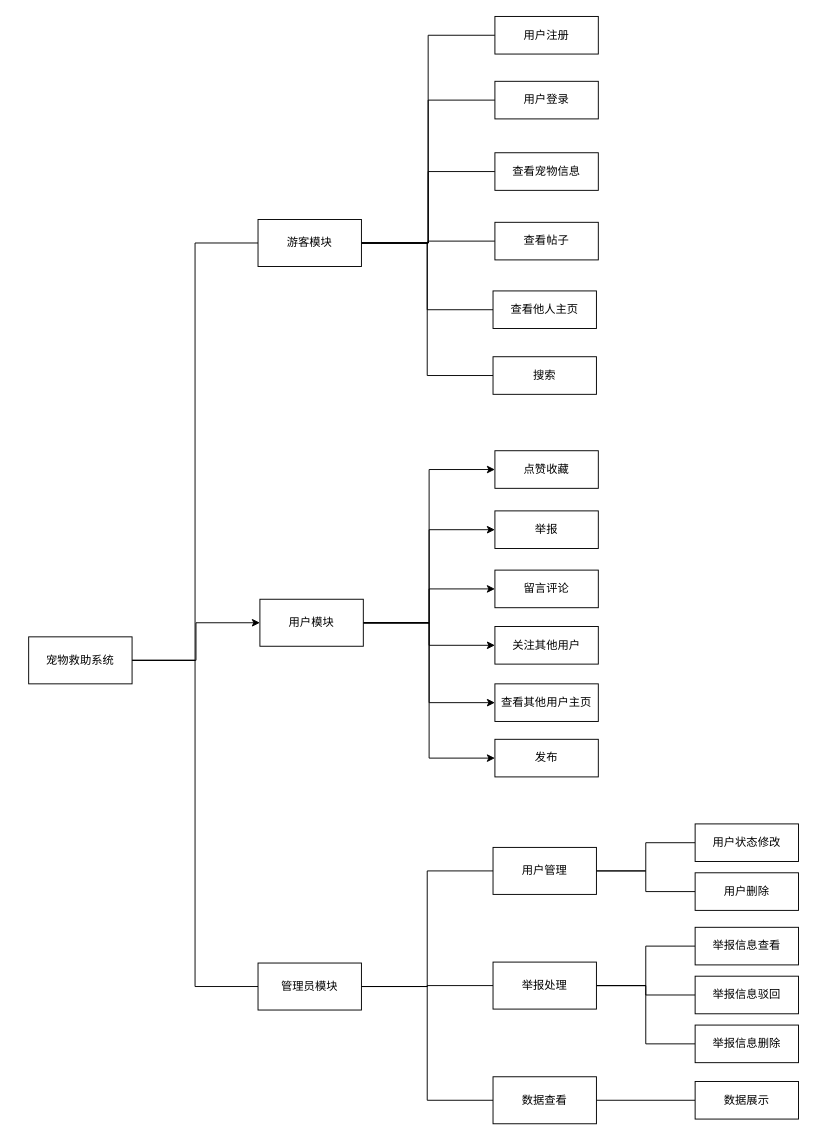
The draw.io diagram 功能模块图.drawio in Heart-clearing/git-demo, before the edit. Source tidied: cells renumbered, new cells numbered last; positions are measured from the earlier drawing's top-left corner, leaving out a move shared by most shapes. Both pictures are drawn from the tidied source at 94%, with x=0, y=0 at pixel (28, 16).
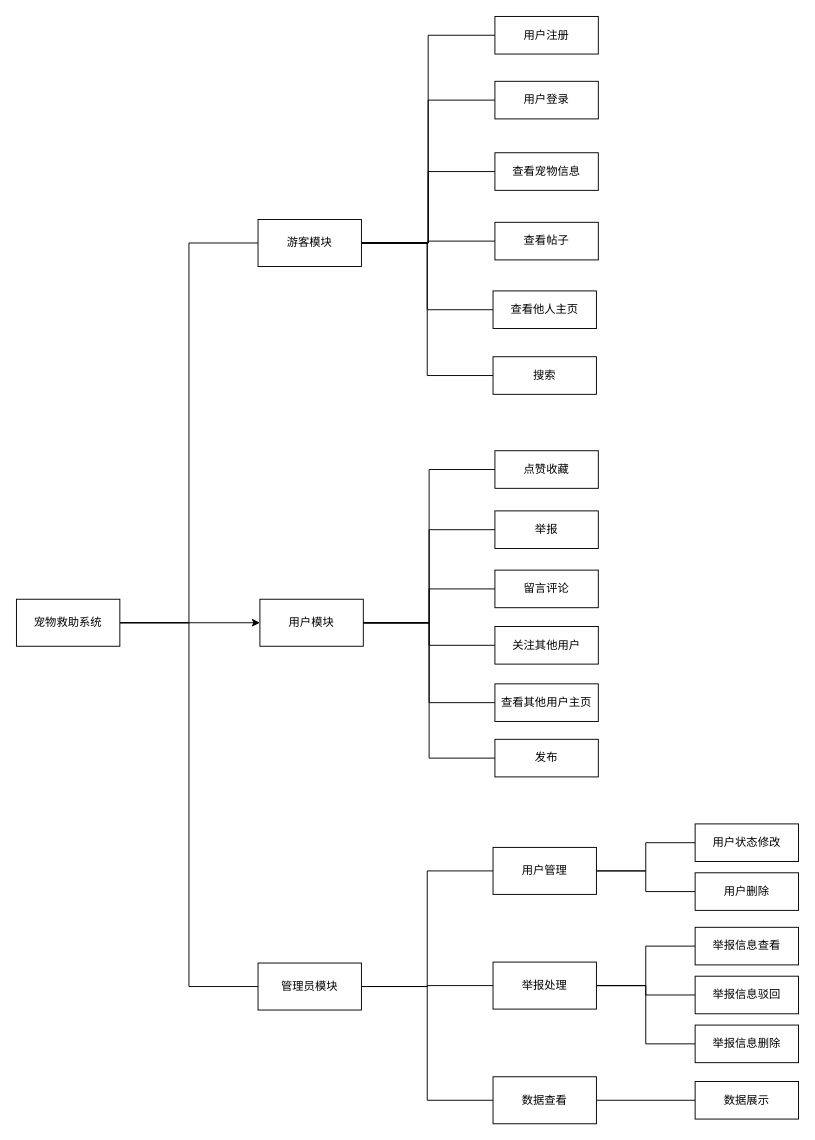
The same page after the edit.

Commit message:
更新功能模块图.drawio

Unchanged cells that the change refers to:
```xml
<mxCell id="31" value="用户模块" style="html=1;whiteSpace=wrap;" parent="1" vertex="1">
  <mxGeometry x="246" y="620" width="110" height="50" as="geometry" />
</mxCell>
<mxCell id="38" value="游客模块" style="html=1;whiteSpace=wrap;" parent="1" vertex="1">
  <mxGeometry x="244" y="216" width="110" height="50" as="geometry" />
</mxCell>
<mxCell id="41" value="搜索" style="html=1;whiteSpace=wrap;" parent="1" vertex="1">
  <mxGeometry x="494" y="362" width="110" height="40" as="geometry" />
</mxCell>
<mxCell id="44" value="查看他人主页" style="html=1;whiteSpace=wrap;" parent="1" vertex="1">
  <mxGeometry x="494" y="292" width="110" height="40" as="geometry" />
</mxCell>
<mxCell id="45" value="留言评论" style="html=1;whiteSpace=wrap;" parent="1" vertex="1">
  <mxGeometry x="496" y="589" width="110" height="40" as="geometry" />
</mxCell>
<mxCell id="46" value="点赞收藏" style="html=1;whiteSpace=wrap;" parent="1" vertex="1">
  <mxGeometry x="496" y="462" width="110" height="40" as="geometry" />
</mxCell>
<mxCell id="47" value="举报" style="html=1;whiteSpace=wrap;" parent="1" vertex="1">
  <mxGeometry x="496" y="526" width="110" height="40" as="geometry" />
</mxCell>
<mxCell id="48" value="关注其他用户" style="html=1;whiteSpace=wrap;" parent="1" vertex="1">
  <mxGeometry x="496" y="649" width="110" height="40" as="geometry" />
</mxCell>
<mxCell id="49" value="查看其他用户主页" style="html=1;whiteSpace=wrap;" parent="1" vertex="1">
  <mxGeometry x="496" y="710" width="110" height="40" as="geometry" />
</mxCell>
<mxCell id="50" value="发布" style="html=1;whiteSpace=wrap;" parent="1" vertex="1">
  <mxGeometry x="496" y="769" width="110" height="40" as="geometry" />
</mxCell>
```

The edit, as a diff of the source:
```diff
@@
     <mxCell id="5" value="宠物救助系统" style="html=1;whiteSpace=wrap;" parent="1" vertex="1">
-      <mxGeometry y="660" width="110" height="50" as="geometry" />
+      <mxGeometry x="-13" y="620" width="110" height="50" as="geometry" />
     </mxCell>
@@
-    <mxCell id="25" style="edgeStyle=orthogonalEdgeStyle;rounded=0;jettySize=auto;html=1;entryX=0;entryY=0.5;entryDx=0;entryDy=0;" parent="1" edge="1" source="31" target="46">
+    <mxCell id="25" style="edgeStyle=orthogonalEdgeStyle;rounded=0;jettySize=auto;html=1;entryX=0;entryY=0.5;entryDx=0;entryDy=0;endArrow=none;endFill=0;" parent="1" edge="1" source="31" target="46">
       <mxGeometry relative="1" as="geometry" />
     </mxCell>
-    <mxCell id="26" style="edgeStyle=orthogonalEdgeStyle;rounded=0;jettySize=auto;html=1;entryX=0;entryY=0.5;entryDx=0;entryDy=0;" parent="1" edge="1" source="31" target="47">
+    <mxCell id="26" style="edgeStyle=orthogonalEdgeStyle;rounded=0;jettySize=auto;html=1;entryX=0;entryY=0.5;entryDx=0;entryDy=0;endArrow=none;endFill=0;" parent="1" edge="1" source="31" target="47">
       <mxGeometry relative="1" as="geometry" />
     </mxCell>
-    <mxCell id="27" style="edgeStyle=orthogonalEdgeStyle;rounded=0;jettySize=auto;html=1;entryX=0;entryY=0.5;entryDx=0;entryDy=0;" parent="1" edge="1" source="31" target="45">
+    <mxCell id="27" style="edgeStyle=orthogonalEdgeStyle;rounded=0;jettySize=auto;html=1;entryX=0;entryY=0.5;entryDx=0;entryDy=0;endArrow=none;endFill=0;" parent="1" edge="1" source="31" target="45">
       <mxGeometry relative="1" as="geometry" />
     </mxCell>
-    <mxCell id="28" style="edgeStyle=orthogonalEdgeStyle;rounded=0;jettySize=auto;html=1;" parent="1" edge="1" source="31" target="48">
+    <mxCell id="28" style="edgeStyle=orthogonalEdgeStyle;rounded=0;jettySize=auto;html=1;endArrow=none;endFill=0;" parent="1" edge="1" source="31" target="48">
       <mxGeometry relative="1" as="geometry" />
     </mxCell>
-    <mxCell id="29" style="edgeStyle=orthogonalEdgeStyle;rounded=0;jettySize=auto;html=1;entryX=0;entryY=0.5;entryDx=0;entryDy=0;" parent="1" edge="1" source="31" target="49">
+    <mxCell id="29" style="edgeStyle=orthogonalEdgeStyle;rounded=0;jettySize=auto;html=1;entryX=0;entryY=0.5;entryDx=0;entryDy=0;endArrow=none;endFill=0;" parent="1" edge="1" source="31" target="49">
       <mxGeometry relative="1" as="geometry" />
     </mxCell>
-    <mxCell id="30" style="edgeStyle=orthogonalEdgeStyle;rounded=0;jettySize=auto;html=1;entryX=0;entryY=0.5;entryDx=0;entryDy=0;" parent="1" edge="1" source="31" target="50">
+    <mxCell id="30" style="edgeStyle=orthogonalEdgeStyle;rounded=0;jettySize=auto;html=1;entryX=0;entryY=0.5;entryDx=0;entryDy=0;endArrow=none;endFill=0;" parent="1" edge="1" source="31" target="50">
       <mxGeometry relative="1" as="geometry" />
     </mxCell>
@@
     <mxCell id="36" style="edgeStyle=orthogonalEdgeStyle;rounded=0;jettySize=auto;html=1;entryX=0;entryY=0.5;entryDx=0;entryDy=0;endArrow=none;endFill=0;" parent="1" edge="1" source="38" target="44">
-      <mxGeometry relative="1" as="geometry" />
+      <mxGeometry relative="1" as="geometry">
+        <Array as="points">
+          <mxPoint x="424" y="241" />
+          <mxPoint x="424" y="312" />
+        </Array>
+      </mxGeometry>
     </mxCell>
     <mxCell id="37" style="edgeStyle=orthogonalEdgeStyle;rounded=0;jettySize=auto;html=1;entryX=0;entryY=0.5;entryDx=0;entryDy=0;endArrow=none;endFill=0;" parent="1" edge="1" source="38" target="41">
-      <mxGeometry relative="1" as="geometry" />
+      <mxGeometry relative="1" as="geometry">
+        <Array as="points">
+          <mxPoint x="424" y="241" />
+          <mxPoint x="424" y="382" />
+        </Array>
+      </mxGeometry>
     </mxCell>
```
